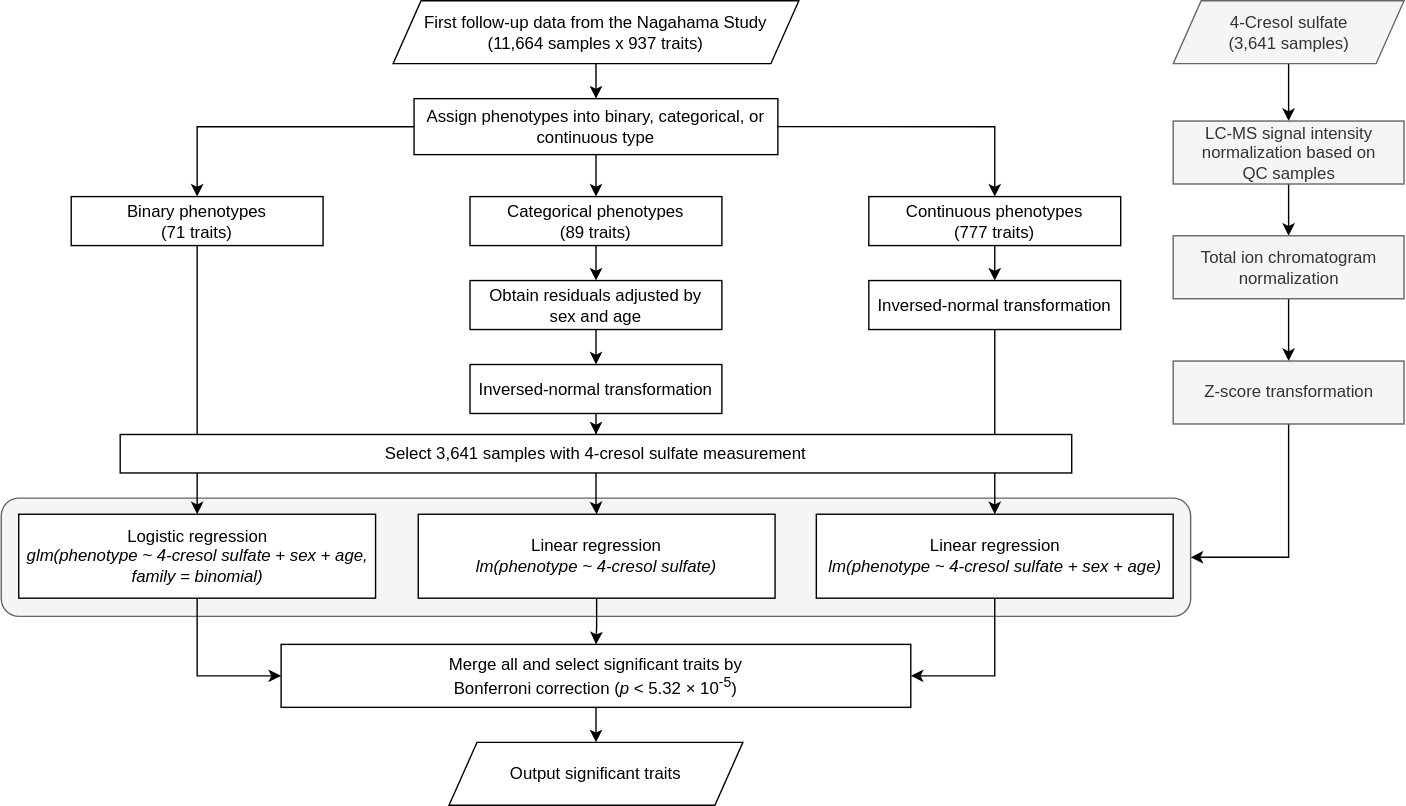
Earlier version of the draw.io export workflow.svg (janiceou/website_log). Source tidied: cells renumbered, new cells last; positions are measured from the earlier drawing's top-left corner, leaving out a move shared by most shapes.
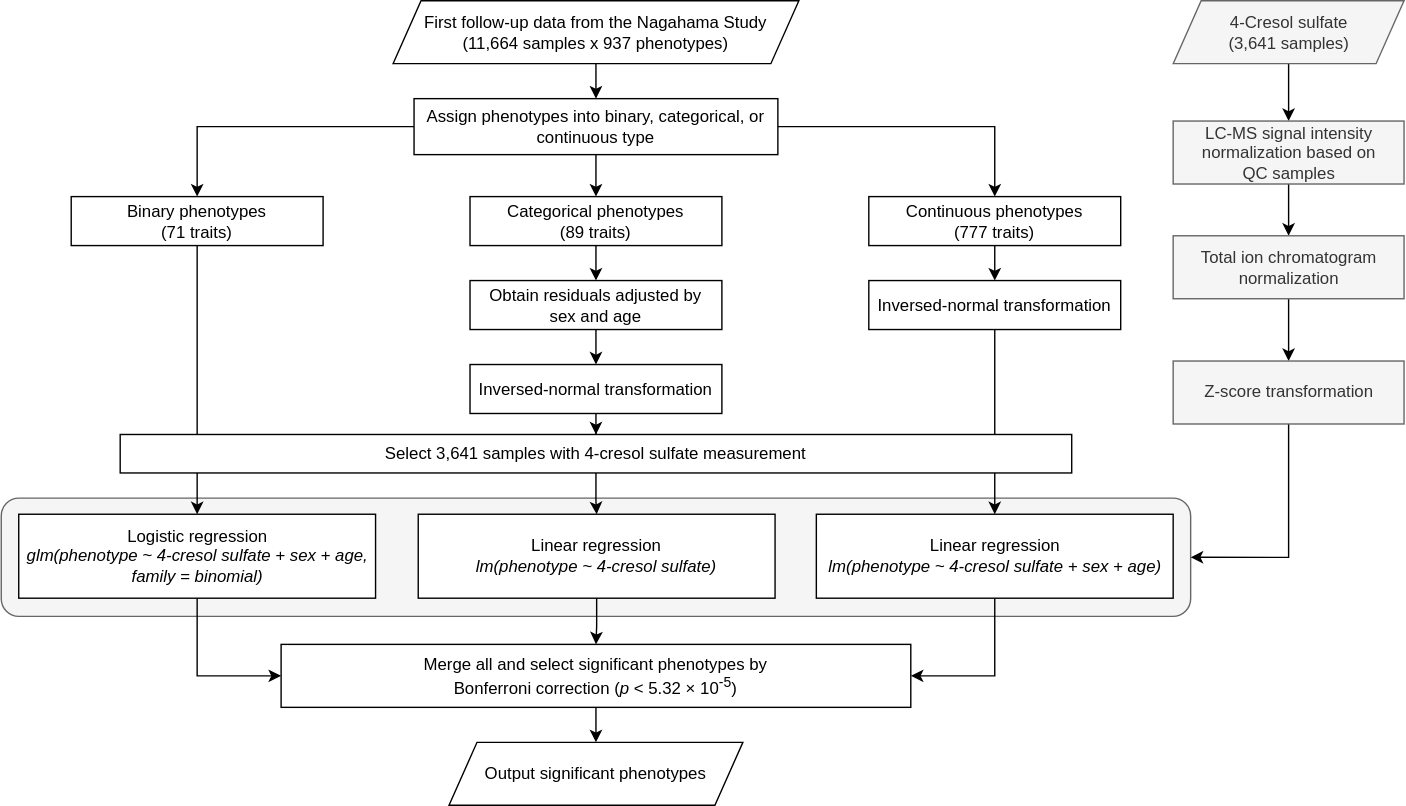
Above is the later version.

Diff of the diagram source:
```diff
@@ -8,7 +8,7 @@
     <mxCell id="3" style="edgeStyle=orthogonalEdgeStyle;rounded=0;jettySize=auto;html=1;exitX=0.5;exitY=1;exitDx=0;exitDy=0;" parent="1" edge="1" source="4" target="8">
       <mxGeometry relative="1" as="geometry" />
     </mxCell>
-    <mxCell id="4" value="First follow-up data from the Nagahama Study&lt;br&gt;(11,664 samples x 937 traits)" style="shape=parallelogram;perimeter=parallelogramPerimeter;whiteSpace=wrap;html=1;fixedSize=1;" parent="1" vertex="1">
+    <mxCell id="4" value="First follow-up data from the Nagahama Study&lt;br&gt;(11,664 samples x 937 phenotypes)" style="shape=parallelogram;perimeter=parallelogramPerimeter;whiteSpace=wrap;html=1;fixedSize=1;" parent="1" vertex="1">
       <mxGeometry x="280" width="290" height="45" as="geometry" />
     </mxCell>
     <mxCell id="5" style="edgeStyle=orthogonalEdgeStyle;rounded=0;jettySize=auto;html=1;" parent="1" edge="1" source="8" target="10">
@@ -79,10 +79,10 @@
     <mxCell id="26" style="edgeStyle=orthogonalEdgeStyle;rounded=0;jettySize=auto;html=1;" parent="1" edge="1" source="27" target="28">
       <mxGeometry relative="1" as="geometry" />
     </mxCell>
-    <mxCell id="27" value="Merge all and select significant traits by &lt;br&gt;Bonferroni correction (&lt;i&gt;p&lt;/i&gt; &amp;lt; 5.32&amp;nbsp;× 10&lt;sup&gt;-5&lt;/sup&gt;)" style="whiteSpace=wrap;html=1;rounded=0;" parent="1" vertex="1">
+    <mxCell id="27" value="Merge all and select significant phenotypes by &lt;br&gt;Bonferroni correction (&lt;i&gt;p&lt;/i&gt; &amp;lt; 5.32&amp;nbsp;× 10&lt;sup&gt;-5&lt;/sup&gt;)" style="whiteSpace=wrap;html=1;rounded=0;" parent="1" vertex="1">
       <mxGeometry x="200" y="460" width="450" height="45" as="geometry" />
     </mxCell>
-    <mxCell id="28" value="Output significant traits" style="shape=parallelogram;perimeter=parallelogramPerimeter;whiteSpace=wrap;html=1;fixedSize=1;rounded=0;" parent="1" vertex="1">
+    <mxCell id="28" value="Output significant phenotypes" style="shape=parallelogram;perimeter=parallelogramPerimeter;whiteSpace=wrap;html=1;fixedSize=1;rounded=0;" parent="1" vertex="1">
       <mxGeometry x="320" y="530" width="210" height="45" as="geometry" />
     </mxCell>
     <mxCell id="29" style="edgeStyle=orthogonalEdgeStyle;rounded=0;jettySize=auto;html=1;" parent="1" edge="1" source="30" target="32">
```
